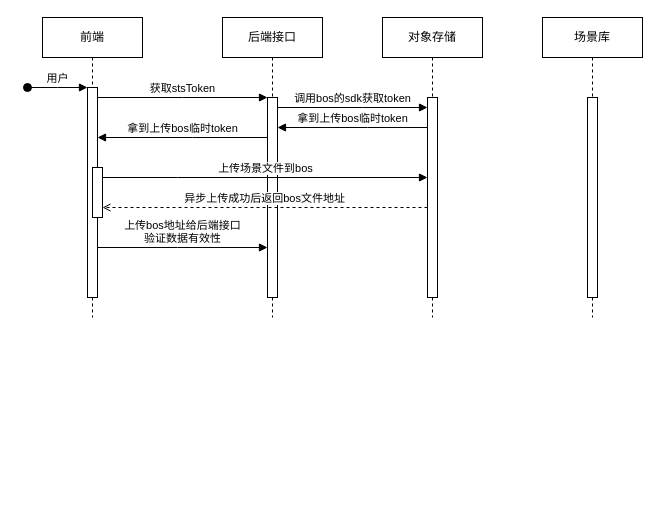
Above: Untitled Diagram.drawio in zhifou/drawio (draw.io), before the change. Source tidied: cells renumbered, new cells numbered last; positions are measured from the earlier drawing's top-left corner, leaving out a move shared by most shapes. Both pictures are drawn from the tidied source at 100%, with x=0, y=0 at pixel (27, 17).
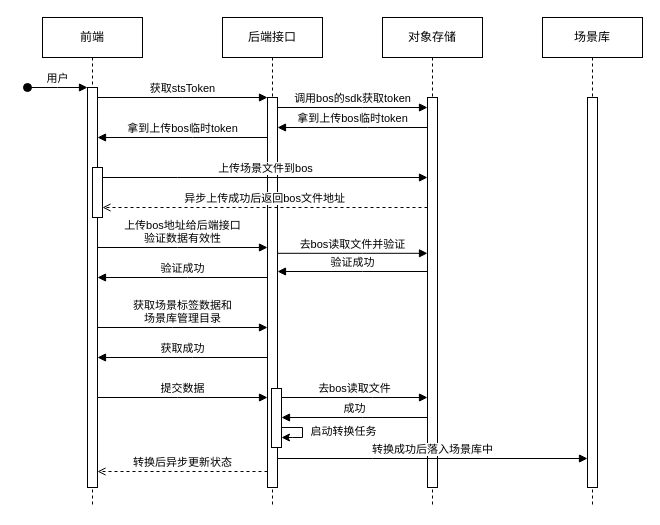
The same page after the edit.

Diff of the diagram source:
```diff
@@
     <mxCell id="2" value="前端" style="shape=umlLifeline;perimeter=lifelinePerimeter;whiteSpace=wrap;html=1;newEdgeStyle={&quot;edgeStyle&quot;:&quot;elbowEdgeStyle&quot;,&quot;elbow&quot;:&quot;vertical&quot;,&quot;curved&quot;:0,&quot;rounded&quot;:0};" parent="1" vertex="1">
-      <mxGeometry x="15" width="100" height="300" as="geometry" />
+      <mxGeometry x="15" width="100" height="490" as="geometry" />
     </mxCell>
     <mxCell id="3" style="html=1;points=[];perimeter=orthogonalPerimeter;outlineConnect=0;targetShapes=umlLifeline;portConstraint=eastwest;newEdgeStyle={&quot;edgeStyle&quot;:&quot;elbowEdgeStyle&quot;,&quot;elbow&quot;:&quot;vertical&quot;,&quot;curved&quot;:0,&quot;rounded&quot;:0};" parent="2" vertex="1">
-      <mxGeometry x="45" y="70" width="10" height="210" as="geometry" />
+      <mxGeometry x="45" y="70" width="10" height="400" as="geometry" />
     </mxCell>
@@
     <mxCell id="6" value="后端接口" style="shape=umlLifeline;perimeter=lifelinePerimeter;whiteSpace=wrap;html=1;newEdgeStyle={&quot;edgeStyle&quot;:&quot;elbowEdgeStyle&quot;,&quot;elbow&quot;:&quot;vertical&quot;,&quot;curved&quot;:0,&quot;rounded&quot;:0};" parent="1" vertex="1">
-      <mxGeometry x="195" width="100" height="300" as="geometry" />
+      <mxGeometry x="195" width="100" height="490" as="geometry" />
     </mxCell>
     <mxCell id="7" style="html=1;points=[];perimeter=orthogonalPerimeter;outlineConnect=0;targetShapes=umlLifeline;portConstraint=eastwest;newEdgeStyle={&quot;edgeStyle&quot;:&quot;elbowEdgeStyle&quot;,&quot;elbow&quot;:&quot;vertical&quot;,&quot;curved&quot;:0,&quot;rounded&quot;:0};" parent="6" vertex="1">
-      <mxGeometry x="45" y="80" width="10" height="200" as="geometry" />
+      <mxGeometry x="45" y="80" width="10" height="390" as="geometry" />
     </mxCell>
+    <mxCell id="19" style="html=1;points=[];perimeter=orthogonalPerimeter;outlineConnect=0;targetShapes=umlLifeline;portConstraint=eastwest;newEdgeStyle={&quot;edgeStyle&quot;:&quot;elbowEdgeStyle&quot;,&quot;elbow&quot;:&quot;vertical&quot;,&quot;curved&quot;:0,&quot;rounded&quot;:0};" parent="6" vertex="1">
+      <mxGeometry x="49" y="371" width="10" height="59" as="geometry" />
+    </mxCell>
+    <mxCell id="20" style="curved=0;endArrow=classic;html=1;rounded=0;" parent="6" edge="1" source="19" target="19">
+      <mxGeometry relative="1" as="geometry">
+        <Array as="points">
+          <mxPoint x="80" y="410" />
+          <mxPoint x="80" y="420" />
+          <mxPoint x="70" y="420" />
+        </Array>
+      </mxGeometry>
+    </mxCell>
+    <mxCell id="21" value="启动转换任务" style="edgeLabel;html=1;align=center;verticalAlign=middle;" parent="20" vertex="1">
+      <mxGeometry x="-0.06" y="-1" relative="1" as="geometry">
+        <mxPoint x="41" as="offset" />
+      </mxGeometry>
+    </mxCell>
@@
     <mxCell id="10" value="对象存储" style="shape=umlLifeline;perimeter=lifelinePerimeter;whiteSpace=wrap;html=1;newEdgeStyle={&quot;edgeStyle&quot;:&quot;elbowEdgeStyle&quot;,&quot;elbow&quot;:&quot;vertical&quot;,&quot;curved&quot;:0,&quot;rounded&quot;:0};" parent="1" vertex="1">
-      <mxGeometry x="355" width="100" height="300" as="geometry" />
+      <mxGeometry x="355" width="100" height="490" as="geometry" />
     </mxCell>
     <mxCell id="11" style="html=1;points=[];perimeter=orthogonalPerimeter;outlineConnect=0;targetShapes=umlLifeline;portConstraint=eastwest;newEdgeStyle={&quot;edgeStyle&quot;:&quot;elbowEdgeStyle&quot;,&quot;elbow&quot;:&quot;vertical&quot;,&quot;curved&quot;:0,&quot;rounded&quot;:0};" parent="10" vertex="1">
-      <mxGeometry x="45" y="80" width="10" height="200" as="geometry" />
+      <mxGeometry x="45" y="80" width="10" height="390" as="geometry" />
     </mxCell>
     <mxCell id="12" value="场景库" style="shape=umlLifeline;perimeter=lifelinePerimeter;whiteSpace=wrap;html=1;newEdgeStyle={&quot;edgeStyle&quot;:&quot;elbowEdgeStyle&quot;,&quot;elbow&quot;:&quot;vertical&quot;,&quot;curved&quot;:0,&quot;rounded&quot;:0};" parent="1" vertex="1">
-      <mxGeometry x="515" width="100" height="300" as="geometry" />
+      <mxGeometry x="515" width="100" height="490" as="geometry" />
     </mxCell>
     <mxCell id="13" style="html=1;perimeter=orthogonalPerimeter;targetShapes=umlLifeline;newEdgeStyle={&quot;edgeStyle&quot;:&quot;elbowEdgeStyle&quot;,&quot;elbow&quot;:&quot;vertical&quot;,&quot;curved&quot;:0,&quot;rounded&quot;:0};" parent="12" vertex="1">
-      <mxGeometry x="45" y="80" width="10" height="200" as="geometry" />
+      <mxGeometry x="45" y="80" width="10" height="390" as="geometry" />
     </mxCell>
@@
+    <mxCell id="22" value="验证成功" style="html=1;verticalAlign=bottom;endArrow=block;edgeStyle=elbowEdgeStyle;elbow=vertical;curved=0;rounded=0;" parent="1" edge="1" source="7" target="3">
+      <mxGeometry relative="1" as="geometry">
+        <Array as="points">
+          <mxPoint x="160" y="260" />
+        </Array>
+      </mxGeometry>
+    </mxCell>
+    <mxCell id="23" value="获取场景标签数据和&lt;div&gt;场景库管理目录&lt;/div&gt;" style="html=1;verticalAlign=bottom;endArrow=block;edgeStyle=elbowEdgeStyle;elbow=vertical;curved=0;rounded=0;" parent="1" edge="1" source="3" target="7">
+      <mxGeometry relative="1" as="geometry">
+        <Array as="points">
+          <mxPoint x="145" y="310" />
+        </Array>
+      </mxGeometry>
+    </mxCell>
+    <mxCell id="24" value="获取成功" style="html=1;verticalAlign=bottom;endArrow=block;edgeStyle=elbowEdgeStyle;elbow=vertical;curved=0;rounded=0;" parent="1" edge="1" source="7" target="3">
+      <mxGeometry relative="1" as="geometry">
+        <Array as="points">
+          <mxPoint x="165" y="340" />
+        </Array>
+      </mxGeometry>
+    </mxCell>
+    <mxCell id="25" value="去bos读取文件并验证" style="html=1;verticalAlign=bottom;endArrow=block;edgeStyle=elbowEdgeStyle;elbow=vertical;curved=0;rounded=0;" parent="1" edge="1">
+      <mxGeometry relative="1" as="geometry">
+        <mxPoint x="250" y="235.8" as="sourcePoint" />
+        <mxPoint x="400" y="235.8" as="targetPoint" />
+        <Array as="points">
+          <mxPoint x="335" y="235.8" />
+        </Array>
+      </mxGeometry>
+    </mxCell>
+    <mxCell id="26" value="验证成功" style="html=1;verticalAlign=bottom;endArrow=block;edgeStyle=elbowEdgeStyle;elbow=vertical;curved=0;rounded=0;" parent="1" edge="1">
+      <mxGeometry relative="1" as="geometry">
+        <mxPoint x="400" y="254" as="sourcePoint" />
+        <mxPoint x="250" y="254" as="targetPoint" />
+        <Array as="points">
+          <mxPoint x="335" y="254" />
+        </Array>
+      </mxGeometry>
+    </mxCell>
+    <mxCell id="27" value="提交数据" style="html=1;verticalAlign=bottom;endArrow=block;edgeStyle=elbowEdgeStyle;elbow=vertical;curved=0;rounded=0;" parent="1" edge="1" source="3" target="7">
+      <mxGeometry relative="1" as="geometry">
+        <Array as="points">
+          <mxPoint x="150" y="380" />
+        </Array>
+      </mxGeometry>
+    </mxCell>
+    <mxCell id="28" value="去bos读取文件" style="html=1;verticalAlign=bottom;endArrow=block;edgeStyle=elbowEdgeStyle;elbow=vertical;curved=0;rounded=0;" parent="1" edge="1" source="19" target="11">
+      <mxGeometry relative="1" as="geometry">
+        <Array as="points">
+          <mxPoint x="345" y="380" />
+        </Array>
+      </mxGeometry>
+    </mxCell>
+    <mxCell id="29" value="成功" style="html=1;verticalAlign=bottom;endArrow=block;edgeStyle=elbowEdgeStyle;elbow=vertical;curved=0;rounded=0;" parent="1" edge="1" target="19">
+      <mxGeometry relative="1" as="geometry">
+        <mxPoint x="400" y="400" as="sourcePoint" />
+        <Array as="points">
+          <mxPoint x="335" y="400" />
+        </Array>
+      </mxGeometry>
+    </mxCell>
+    <mxCell id="30" value="转换成功后落入场景库中" style="html=1;verticalAlign=bottom;endArrow=block;edgeStyle=elbowEdgeStyle;elbow=vertical;curved=0;rounded=0;" parent="1" edge="1">
+      <mxGeometry relative="1" as="geometry">
+        <mxPoint x="250" y="441" as="sourcePoint" />
+        <mxPoint x="560" y="441" as="targetPoint" />
+        <Array as="points">
+          <mxPoint x="345" y="441" />
+        </Array>
+      </mxGeometry>
+    </mxCell>
+    <mxCell id="31" value="转换后异步更新状态" style="html=1;verticalAlign=bottom;endArrow=open;edgeStyle=elbowEdgeStyle;elbow=vertical;curved=0;rounded=0;dashed=1;endFill=0;" parent="1" edge="1">
+      <mxGeometry relative="1" as="geometry">
+        <mxPoint x="240" y="454" as="sourcePoint" />
+        <mxPoint x="70" y="454" as="targetPoint" />
+      </mxGeometry>
+    </mxCell>
```
